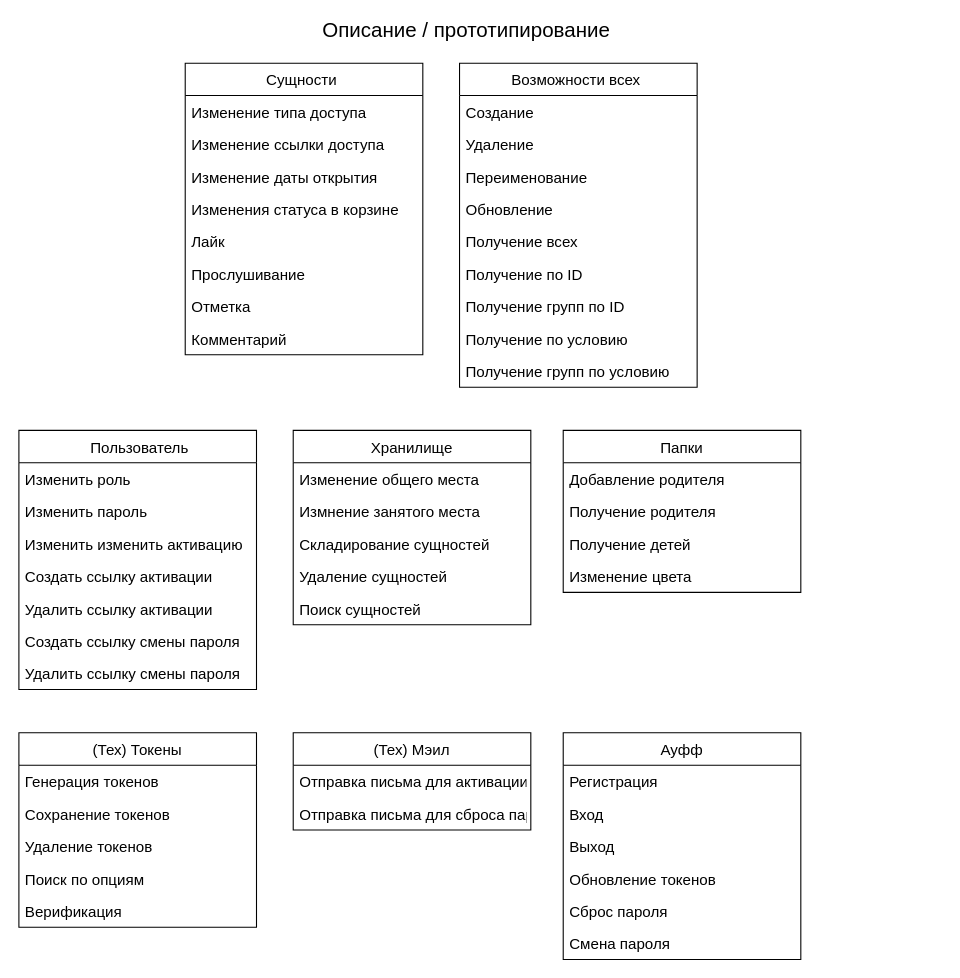
Before: page "Описание сущностей" (1 of 3) of project.drawio in WheatleyCODE/storage-server, a draw.io diagram. Source tidied: cells renumbered, new cells numbered last; positions are measured from the earlier drawing's top-left corner, leaving out a move shared by most shapes. Both pictures are drawn from the tidied source at 108%, with x=0, y=0 at pixel (18, 19).
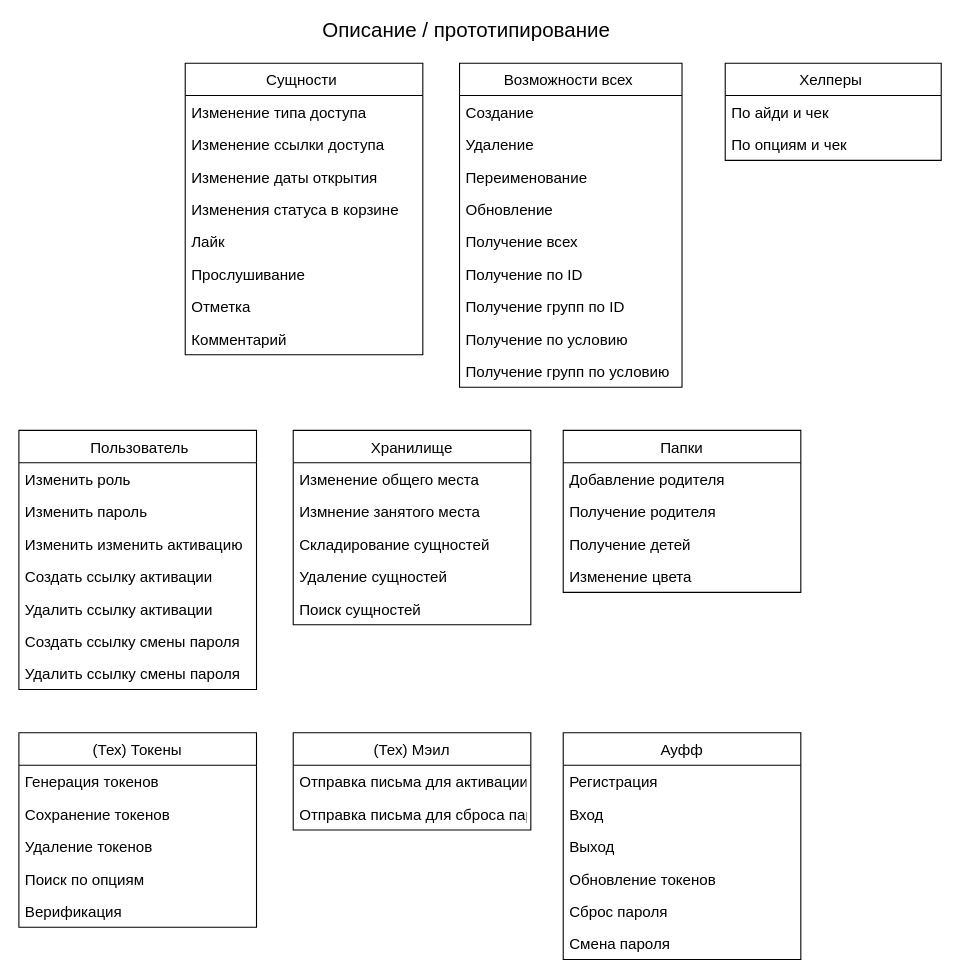
The same page after the edit.

Change to the diagram source:
```diff
@@
     <mxCell id="2" value="Возможности всех " style="swimlane;fontStyle=0;horizontal=1;startSize=30;fontSize=14;" parent="1" vertex="1">
-      <mxGeometry x="408" y="40" width="220" height="300" as="geometry" />
+      <mxGeometry x="408" y="40" width="206" height="300" as="geometry" />
     </mxCell>
     <mxCell id="3" value="Создание" style="text;strokeColor=none;fillColor=none;align=left;verticalAlign=middle;spacingLeft=4;spacingRight=4;overflow=hidden;fontSize=14;" parent="2" vertex="1">
-      <mxGeometry y="30" width="220" height="30" as="geometry" />
+      <mxGeometry y="30" width="206" height="30" as="geometry" />
     </mxCell>
     <mxCell id="4" value="Удаление" style="text;strokeColor=none;fillColor=none;align=left;verticalAlign=middle;spacingLeft=4;spacingRight=4;overflow=hidden;fontSize=14;" parent="2" vertex="1">
-      <mxGeometry y="60" width="220" height="30" as="geometry" />
+      <mxGeometry y="60" width="206" height="30" as="geometry" />
     </mxCell>
     <mxCell id="5" value="Переименование" style="text;strokeColor=none;fillColor=none;align=left;verticalAlign=middle;spacingLeft=4;spacingRight=4;overflow=hidden;fontSize=14;" parent="2" vertex="1">
-      <mxGeometry y="90" width="220" height="30" as="geometry" />
+      <mxGeometry y="90" width="206" height="30" as="geometry" />
     </mxCell>
     <mxCell id="6" value="Обновление" style="text;strokeColor=none;fillColor=none;align=left;verticalAlign=middle;spacingLeft=4;spacingRight=4;overflow=hidden;fontSize=14;" parent="2" vertex="1">
-      <mxGeometry y="120" width="220" height="30" as="geometry" />
+      <mxGeometry y="120" width="206" height="30" as="geometry" />
     </mxCell>
     <mxCell id="7" value="Получение всех" style="text;strokeColor=none;fillColor=none;align=left;verticalAlign=middle;spacingLeft=4;spacingRight=4;overflow=hidden;fontSize=14;" parent="2" vertex="1">
-      <mxGeometry y="150" width="220" height="30" as="geometry" />
+      <mxGeometry y="150" width="206" height="30" as="geometry" />
     </mxCell>
     <mxCell id="8" value="Получение по ID" style="text;strokeColor=none;fillColor=none;align=left;verticalAlign=middle;spacingLeft=4;spacingRight=4;overflow=hidden;fontSize=14;" parent="2" vertex="1">
-      <mxGeometry y="180" width="220" height="30" as="geometry" />
+      <mxGeometry y="180" width="206" height="30" as="geometry" />
     </mxCell>
     <mxCell id="9" value="Получение групп по ID" style="text;strokeColor=none;fillColor=none;align=left;verticalAlign=middle;spacingLeft=4;spacingRight=4;overflow=hidden;fontSize=14;" parent="2" vertex="1">
-      <mxGeometry y="210" width="220" height="30" as="geometry" />
+      <mxGeometry y="210" width="206" height="30" as="geometry" />
     </mxCell>
     <mxCell id="10" value="Получение по условию" style="text;strokeColor=none;fillColor=none;align=left;verticalAlign=middle;spacingLeft=4;spacingRight=4;overflow=hidden;fontSize=14;" parent="2" vertex="1">
-      <mxGeometry y="240" width="220" height="30" as="geometry" />
+      <mxGeometry y="240" width="206" height="30" as="geometry" />
     </mxCell>
     <mxCell id="11" value="Получение групп по условию" style="text;strokeColor=none;fillColor=none;align=left;verticalAlign=middle;spacingLeft=4;spacingRight=4;overflow=hidden;fontSize=14;" parent="2" vertex="1">
-      <mxGeometry y="270" width="220" height="30" as="geometry" />
+      <mxGeometry y="270" width="206" height="30" as="geometry" />
     </mxCell>
@@
+    <mxCell id="57" value="Хелперы " style="swimlane;fontStyle=0;horizontal=1;startSize=30;fontSize=14;" parent="1" vertex="1">
+      <mxGeometry x="654" y="40" width="200" height="90" as="geometry" />
+    </mxCell>
+    <mxCell id="58" value="По айди и чек" style="text;strokeColor=none;fillColor=none;align=left;verticalAlign=middle;spacingLeft=4;spacingRight=4;overflow=hidden;fontSize=14;" parent="57" vertex="1">
+      <mxGeometry y="30" width="200" height="30" as="geometry" />
+    </mxCell>
+    <mxCell id="59" value="По опциям и чек" style="text;strokeColor=none;fillColor=none;align=left;verticalAlign=middle;spacingLeft=4;spacingRight=4;overflow=hidden;fontSize=14;" parent="57" vertex="1">
+      <mxGeometry y="60" width="200" height="30" as="geometry" />
+    </mxCell>
```
